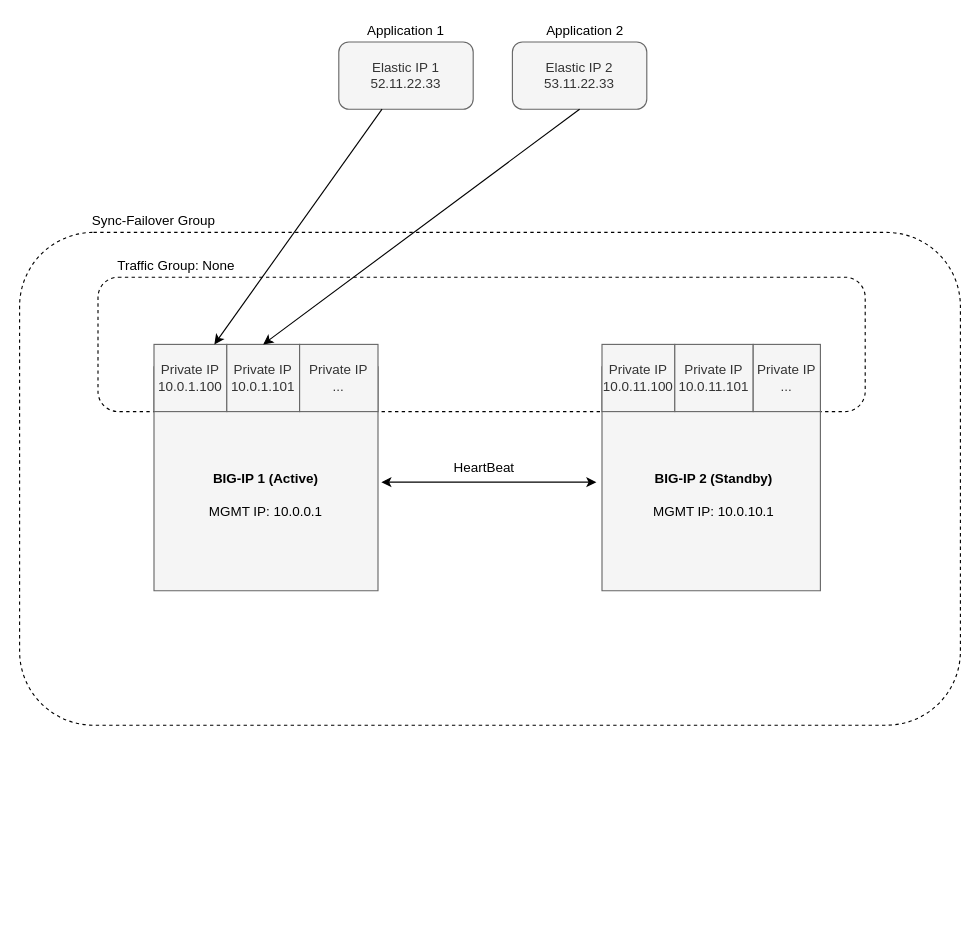
Earlier version of the draw.io diagram contributing/images/src/AWSFailoverExtensionHighLevelBefore.drawio.xml (F5Networks/f5-cloud-failover-extension). Source tidied: cells renumbered, new cells numbered last; positions are measured from the earlier drawing's top-left corner, leaving out a move shared by most shapes. Both pictures are drawn from the tidied source at 112%, with x=0, y=0 at pixel (19, 19).
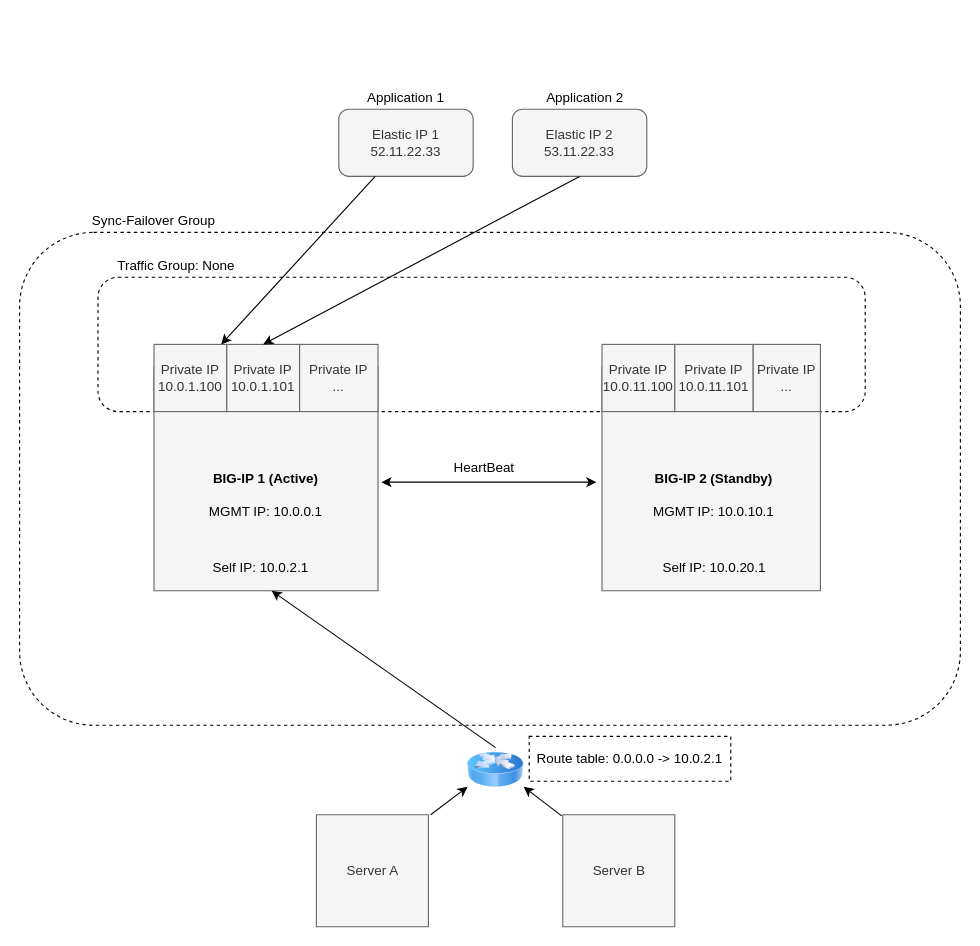
Above is the later version.

Commit message (it also covers changes not shown here):
added route table failover to AWS diagram

The edit, as a diff of the source:
```diff
@@
     <mxCell id="19" value="Elastic IP 1&lt;br&gt;52.11.22.33" style="rounded=1;whiteSpace=wrap;html=1;fillColor=#f5f5f5;strokeColor=#666666;fontColor=#333333;" parent="1" vertex="1">
-      <mxGeometry x="285" y="20" width="120" height="60" as="geometry" />
+      <mxGeometry x="285" y="80" width="120" height="60" as="geometry" />
     </mxCell>
     <mxCell id="20" value="Elastic IP 2&lt;br&gt;53.11.22.33" style="rounded=1;whiteSpace=wrap;html=1;fillColor=#f5f5f5;strokeColor=#666666;fontColor=#333333;" parent="1" vertex="1">
-      <mxGeometry x="440" y="20" width="120" height="60" as="geometry" />
+      <mxGeometry x="440" y="80" width="120" height="60" as="geometry" />
     </mxCell>
@@
     <mxCell id="24" value="Application 1" style="text;html=1;strokeColor=none;fillColor=none;align=center;verticalAlign=middle;whiteSpace=wrap;rounded=0;dashed=1;" parent="1" vertex="1">
-      <mxGeometry x="300" width="90" height="20" as="geometry" />
+      <mxGeometry x="300" y="60" width="90" height="20" as="geometry" />
     </mxCell>
     <mxCell id="25" value="Application 2" style="text;html=1;strokeColor=none;fillColor=none;align=center;verticalAlign=middle;whiteSpace=wrap;rounded=0;dashed=1;" parent="1" vertex="1">
-      <mxGeometry x="465" width="80" height="20" as="geometry" />
+      <mxGeometry x="465" y="60" width="80" height="20" as="geometry" />
     </mxCell>
+    <mxCell id="26" value="Server A" style="verticalLabelPosition=middle;verticalAlign=middle;html=1;shape=mxgraph.basic.rect;fillColor=#f5f5f5;fillColor2=none;strokeColor=#666666;strokeWidth=1;size=20;indent=5;fontColor=#333333;labelPosition=center;align=center;" parent="1" vertex="1">
+      <mxGeometry x="265" y="710" width="100" height="100" as="geometry" />
+    </mxCell>
+    <mxCell id="27" value="Server B" style="verticalLabelPosition=middle;verticalAlign=middle;html=1;shape=mxgraph.basic.rect;fillColor=#f5f5f5;fillColor2=none;strokeColor=#666666;strokeWidth=1;size=20;indent=5;fontColor=#333333;labelPosition=center;align=center;" parent="1" vertex="1">
+      <mxGeometry x="485" y="710" width="100" height="100" as="geometry" />
+    </mxCell>
+    <mxCell id="28" style="image;html=1;labelBackgroundColor=#ffffff;image=img/lib/clip_art/networking/Router_Icon_128x128.png;" parent="1" vertex="1">
+      <mxGeometry x="400" y="640" width="50" height="60" as="geometry" />
+    </mxCell>
+    <mxCell id="29" style="endArrow=classic;html=1;exitX=1.02;exitY=0;exitDx=0;exitDy=0;exitPerimeter=0;entryX=0;entryY=0.75;entryDx=0;entryDy=0;" parent="1" edge="1" source="26" target="28">
+      <mxGeometry relative="1" as="geometry" />
+    </mxCell>
+    <mxCell id="30" style="endArrow=classic;html=1;" parent="1" edge="1">
+      <mxGeometry relative="1" as="geometry">
+        <mxPoint x="484" y="711" as="sourcePoint" />
+        <mxPoint x="450" y="685" as="targetPoint" />
+      </mxGeometry>
+    </mxCell>
+    <mxCell id="31" style="endArrow=classic;html=1;entryX=0.6;entryY=1.5;entryDx=0;entryDy=0;entryPerimeter=0;" parent="1" edge="1" target="34">
+      <mxGeometry relative="1" as="geometry">
+        <mxPoint x="425" y="650" as="sourcePoint" />
+      </mxGeometry>
+    </mxCell>
+    <mxCell id="32" value="Route table: 0.0.0.0 -&amp;gt; 10.0.2.1" style="rounded=0;whiteSpace=wrap;html=1;dashed=1;fillColor=none;" parent="1" vertex="1">
+      <mxGeometry x="455" y="640" width="180" height="40" as="geometry" />
+    </mxCell>
+    <mxCell id="33" value="Self IP: 10.0.20.1" style="text;html=1;align=center;verticalAlign=middle;fillColor=none;strokeColor=none;rounded=0;" parent="1" vertex="1">
+      <mxGeometry x="565" y="480" width="110" height="20" as="geometry" />
+    </mxCell>
+    <mxCell id="34" value="Self IP: 10.0.2.1" style="text;html=1;align=center;verticalAlign=middle;points=[];fillColor=none;strokeColor=none;rounded=0;" parent="1" vertex="1">
+      <mxGeometry x="165" y="480" width="100" height="20" as="geometry" />
+    </mxCell>
```
